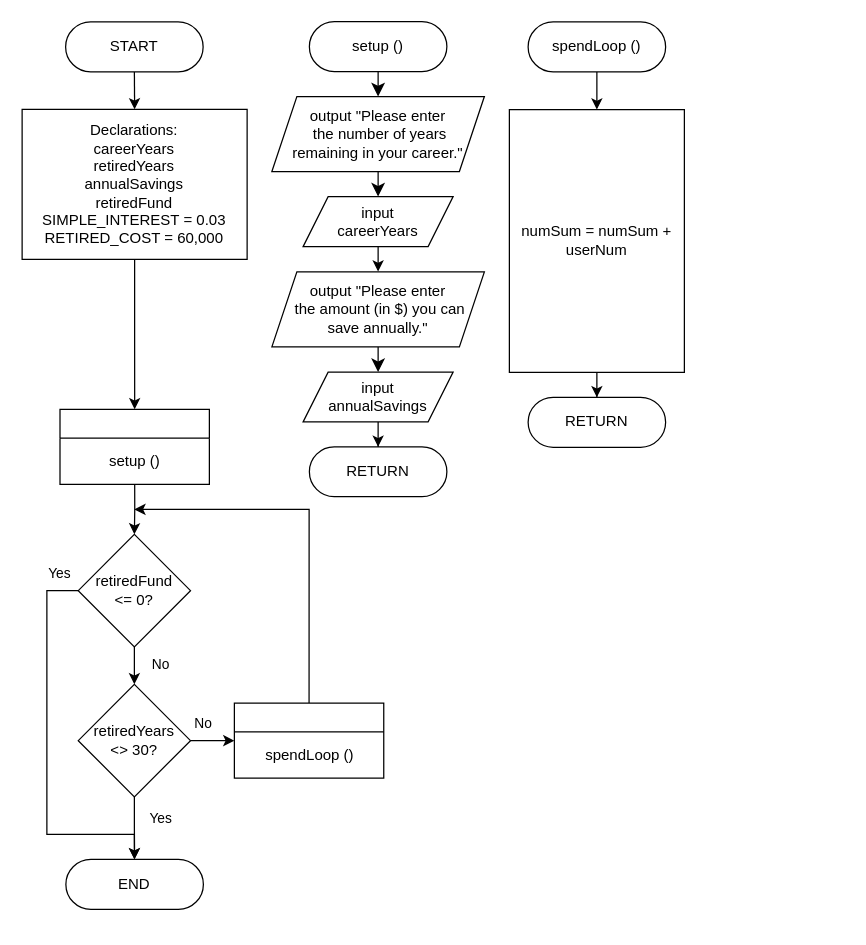
This is Module 7 - Effective Decision Loops 2 - Connor Bowles.drawio from CBowles10/SDEV_120_FALL2025_CBOWLES, a draw.io file, before an edit. Source tidied: cells renumbered, new cells numbered last; positions are measured from the earlier drawing's top-left corner, leaving out a move shared by most shapes. Both pictures are drawn from the tidied source at 125%, with x=0, y=0 at pixel (21, 21).
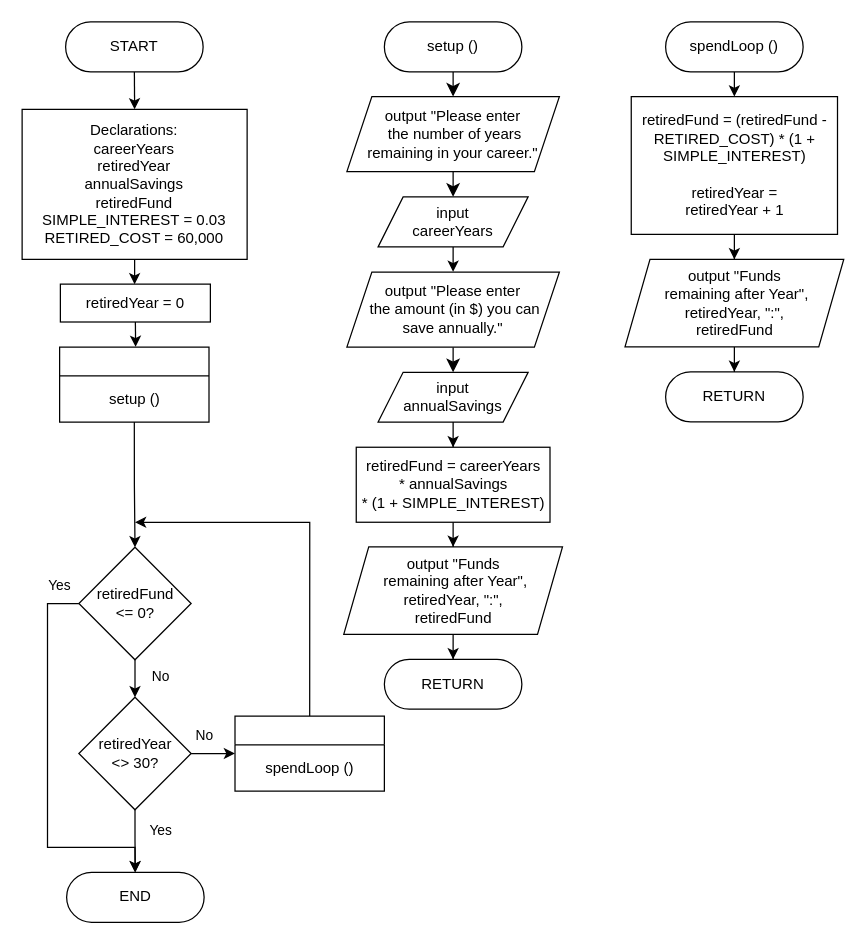
Above is the later version.

The edit, as a diff of the source:
```diff
@@
-    <mxCell id="4" style="edgeStyle=orthogonalEdgeStyle;rounded=0;jettySize=auto;html=1;entryX=0.5;entryY=0;entryDx=0;entryDy=0;" parent="1" edge="1" source="5" target="10">
-      <mxGeometry relative="1" as="geometry" />
-    </mxCell>
+    <mxCell id="40" style="edgeStyle=orthogonalEdgeStyle;rounded=0;jettySize=auto;html=1;" parent="1" edge="1" source="5" target="50">
+      <mxGeometry relative="1" as="geometry" />
+    </mxCell>
-    <mxCell id="5" value="Declarations:&lt;div&gt;careerYears&lt;br&gt;retiredYears&lt;br&gt;annualSavings&lt;br&gt;retiredFund&lt;br&gt;SIMPLE_INTEREST = 0.03&lt;br&gt;RETIRED_COST = 60,000&lt;/div&gt;" style="rounded=0;whiteSpace=wrap;html=1;" parent="1" vertex="1">
+    <mxCell id="5" value="Declarations:&lt;div&gt;careerYears&lt;br&gt;retiredYear&lt;br&gt;annualSavings&lt;br&gt;retiredFund&lt;br&gt;SIMPLE_INTEREST = 0.03&lt;br&gt;RETIRED_COST = 60,000&lt;/div&gt;" style="rounded=0;whiteSpace=wrap;html=1;" parent="1" vertex="1">
       <mxGeometry x="0.2" y="70" width="180" height="120" as="geometry" />
     </mxCell>
     <mxCell id="6" style="edgeStyle=orthogonalEdgeStyle;rounded=0;jettySize=auto;html=1;exitX=0.5;exitY=0;exitDx=0;exitDy=0;" parent="1" edge="1" source="7">
       <mxGeometry relative="1" as="geometry">
-        <mxPoint x="90" y="390" as="targetPoint" />
+        <mxPoint x="90.5" y="400.3" as="targetPoint" />
         <Array as="points">
-          <mxPoint x="230" y="390" />
+          <mxPoint x="230.5" y="400.3" />
         </Array>
       </mxGeometry>
     </mxCell>
     <mxCell id="7" style="swimlane;whiteSpace=wrap;html=1;" parent="1" vertex="1">
-      <mxGeometry x="170" y="545" width="119.5" height="60" as="geometry" />
+      <mxGeometry x="170.5" y="555.3" width="119.5" height="60" as="geometry" />
     </mxCell>
@@
     <mxCell id="10" style="swimlane;whiteSpace=wrap;html=1;" parent="1" vertex="1">
-      <mxGeometry x="30.5" y="310" width="119.5" height="60" as="geometry" />
+      <mxGeometry x="30.2" y="260.2" width="119.5" height="60" as="geometry" />
     </mxCell>
@@
     <mxCell id="12" value="END" style="rounded=1;whiteSpace=wrap;html=1;arcSize=50;" parent="1" vertex="1">
-      <mxGeometry x="35.2" y="670" width="110" height="40" as="geometry" />
+      <mxGeometry x="35.8" y="680.3" width="110" height="40" as="geometry" />
     </mxCell>
@@
     <mxCell id="15" style="edgeStyle=orthogonalEdgeStyle;rounded=0;jettySize=auto;html=1;exitX=0;exitY=0.5;exitDx=0;exitDy=0;" parent="1" edge="1" source="17">
       <mxGeometry relative="1" as="geometry">
-        <mxPoint x="90" y="670" as="targetPoint" />
+        <mxPoint x="90.5" y="680.3" as="targetPoint" />
         <Array as="points">
-          <mxPoint x="20" y="455" />
-          <mxPoint x="20" y="650" />
-          <mxPoint x="90" y="650" />
+          <mxPoint x="20.5" y="465.3" />
+          <mxPoint x="20.5" y="660.3" />
+          <mxPoint x="90.5" y="660.3" />
         </Array>
       </mxGeometry>
     </mxCell>
@@
     <mxCell id="17" value="retiredFund&lt;br&gt;&amp;lt;= 0?" style="rhombus;whiteSpace=wrap;html=1;" parent="1" vertex="1">
-      <mxGeometry x="45.1" y="410" width="89.8" height="90" as="geometry" />
+      <mxGeometry x="45.6" y="420.3" width="89.8" height="90" as="geometry" />
     </mxCell>
@@
     <mxCell id="19" value="setup ()" style="rounded=1;whiteSpace=wrap;html=1;arcSize=50;" parent="1" vertex="1">
-      <mxGeometry x="230" y="-0.2" width="110" height="40" as="geometry" />
+      <mxGeometry x="290" width="110" height="40" as="geometry" />
     </mxCell>
@@
     <mxCell id="21" value="output &quot;Please enter&lt;br&gt;&amp;nbsp;the number of years&lt;br&gt;remaining in your career.&quot;" style="shape=parallelogram;perimeter=parallelogramPerimeter;whiteSpace=wrap;html=1;fixedSize=1;" parent="1" vertex="1">
-      <mxGeometry x="200" y="59.7" width="170" height="60" as="geometry" />
+      <mxGeometry x="260" y="59.8" width="170" height="60" as="geometry" />
     </mxCell>
     <mxCell id="22" style="edgeStyle=orthogonalEdgeStyle;rounded=0;jettySize=auto;html=1;exitX=0.5;exitY=1;exitDx=0;exitDy=0;" parent="1" edge="1" source="23">
       <mxGeometry relative="1" as="geometry">
-        <mxPoint x="285" y="199.8" as="targetPoint" />
+        <mxPoint x="345" y="200" as="targetPoint" />
       </mxGeometry>
     </mxCell>
     <mxCell id="23" value="input&lt;br&gt;careerYears" style="shape=parallelogram;perimeter=parallelogramPerimeter;whiteSpace=wrap;html=1;fixedSize=1;" parent="1" vertex="1">
-      <mxGeometry x="225" y="139.8" width="120" height="40" as="geometry" />
+      <mxGeometry x="285" y="140" width="120" height="40" as="geometry" />
     </mxCell>
     <mxCell id="24" value="RETURN" style="rounded=1;whiteSpace=wrap;html=1;arcSize=50;" parent="1" vertex="1">
-      <mxGeometry x="230" y="340" width="110" height="39.8" as="geometry" />
+      <mxGeometry x="290" y="510" width="110" height="39.8" as="geometry" />
     </mxCell>
@@
     <mxCell id="26" value="spendLoop ()" style="rounded=1;whiteSpace=wrap;html=1;arcSize=50;" parent="1" vertex="1">
-      <mxGeometry x="405" width="110" height="40" as="geometry" />
+      <mxGeometry x="515" width="110" height="40" as="geometry" />
     </mxCell>
     <mxCell id="27" style="edgeStyle=none;curved=1;rounded=0;orthogonalLoop=1;jettySize=auto;html=1;entryX=0.5;entryY=0;entryDx=0;entryDy=0;fontSize=12;startSize=8;endSize=8;" parent="1" edge="1">
       <mxGeometry relative="1" as="geometry">
-        <mxPoint x="455" y="220" as="sourcePoint" />
-        <mxPoint x="455" y="220" as="targetPoint" />
+        <mxPoint x="565" y="220" as="sourcePoint" />
+        <mxPoint x="565" y="220" as="targetPoint" />
       </mxGeometry>
     </mxCell>
     <mxCell id="28" value="RETURN" style="rounded=1;whiteSpace=wrap;html=1;arcSize=50;" parent="1" vertex="1">
-      <mxGeometry x="405" y="300.3" width="110" height="40" as="geometry" />
+      <mxGeometry x="515" y="280" width="110" height="40" as="geometry" />
     </mxCell>
-    <mxCell id="29" style="edgeStyle=orthogonalEdgeStyle;rounded=0;jettySize=auto;html=1;" parent="1" edge="1" source="30" target="28">
-      <mxGeometry relative="1" as="geometry" />
-    </mxCell>
+    <mxCell id="41" style="edgeStyle=orthogonalEdgeStyle;rounded=0;jettySize=auto;html=1;" parent="1" edge="1" source="30" target="46">
+      <mxGeometry relative="1" as="geometry" />
+    </mxCell>
-    <mxCell id="30" value="numSum = numSum + userNum" style="rounded=0;whiteSpace=wrap;html=1;" parent="1" vertex="1">
-      <mxGeometry x="390" y="70.2" width="140" height="210.2" as="geometry" />
+    <mxCell id="30" value="retiredFund = (retiredFund - RETIRED_COST) * (1 + SIMPLE_INTEREST)&lt;br&gt;&lt;br&gt;retiredYear =&lt;br&gt;retiredYear + 1" style="rounded=0;whiteSpace=wrap;html=1;" parent="1" vertex="1">
+      <mxGeometry x="487.5" y="59.8" width="165" height="110.2" as="geometry" />
     </mxCell>
@@
     <mxCell id="32" value="output &quot;Please enter&lt;br&gt;&amp;nbsp;the amount (in $) you can&lt;br&gt;save annually.&quot;" style="shape=parallelogram;perimeter=parallelogramPerimeter;whiteSpace=wrap;html=1;fixedSize=1;" parent="1" vertex="1">
-      <mxGeometry x="200" y="200" width="170" height="60" as="geometry" />
+      <mxGeometry x="260" y="200.2" width="170" height="60" as="geometry" />
     </mxCell>
-    <mxCell id="33" style="edgeStyle=orthogonalEdgeStyle;rounded=0;jettySize=auto;html=1;" parent="1" edge="1" source="34" target="24">
-      <mxGeometry relative="1" as="geometry" />
-    </mxCell>
+    <mxCell id="42" style="edgeStyle=orthogonalEdgeStyle;rounded=0;jettySize=auto;html=1;" parent="1" edge="1" source="34" target="44">
+      <mxGeometry relative="1" as="geometry" />
+    </mxCell>
     <mxCell id="34" value="input&lt;br&gt;annualSavings" style="shape=parallelogram;perimeter=parallelogramPerimeter;whiteSpace=wrap;html=1;fixedSize=1;" parent="1" vertex="1">
-      <mxGeometry x="225" y="280.2" width="120" height="39.8" as="geometry" />
+      <mxGeometry x="285" y="280.3" width="120" height="39.8" as="geometry" />
     </mxCell>
@@
-    <mxCell id="39" value="retiredYears&lt;br&gt;&amp;lt;&amp;gt; 30?" style="rhombus;whiteSpace=wrap;html=1;" parent="1" vertex="1">
-      <mxGeometry x="45.1" y="530" width="89.8" height="90" as="geometry" />
+    <mxCell id="39" value="retiredYear&lt;br&gt;&amp;lt;&amp;gt; 30?" style="rhombus;whiteSpace=wrap;html=1;" parent="1" vertex="1">
+      <mxGeometry x="45.6" y="540.3" width="89.8" height="90" as="geometry" />
     </mxCell>
+    <mxCell id="43" style="edgeStyle=orthogonalEdgeStyle;rounded=0;jettySize=auto;html=1;" parent="1" edge="1" source="44" target="48">
+      <mxGeometry relative="1" as="geometry" />
+    </mxCell>
+    <mxCell id="44" value="retiredFund = careerYears&lt;br&gt;* annualSavings&lt;br&gt;* (1 + SIMPLE_INTEREST)" style="rounded=0;whiteSpace=wrap;html=1;" parent="1" vertex="1">
+      <mxGeometry x="267.5" y="340.3" width="155" height="60" as="geometry" />
+    </mxCell>
+    <mxCell id="45" style="edgeStyle=orthogonalEdgeStyle;rounded=0;jettySize=auto;html=1;" parent="1" edge="1" source="46" target="28">
+      <mxGeometry relative="1" as="geometry" />
+    </mxCell>
+    <mxCell id="46" value="output &quot;Funds&lt;br&gt;&amp;nbsp;remaining after Year&quot;,&lt;br&gt;retiredYear, &quot;:&quot;,&lt;br&gt;retiredFund" style="shape=parallelogram;perimeter=parallelogramPerimeter;whiteSpace=wrap;html=1;fixedSize=1;" parent="1" vertex="1">
+      <mxGeometry x="482.5" y="190" width="175" height="70" as="geometry" />
+    </mxCell>
+    <mxCell id="47" style="edgeStyle=orthogonalEdgeStyle;rounded=0;jettySize=auto;html=1;" parent="1" edge="1" source="48" target="24">
+      <mxGeometry relative="1" as="geometry" />
+    </mxCell>
+    <mxCell id="48" value="output &quot;Funds&lt;br&gt;&amp;nbsp;remaining after Year&quot;,&lt;br&gt;retiredYear, &quot;:&quot;,&lt;br&gt;retiredFund" style="shape=parallelogram;perimeter=parallelogramPerimeter;whiteSpace=wrap;html=1;fixedSize=1;" parent="1" vertex="1">
+      <mxGeometry x="257.5" y="420" width="175" height="70" as="geometry" />
+    </mxCell>
+    <mxCell id="49" style="edgeStyle=orthogonalEdgeStyle;rounded=0;jettySize=auto;html=1;exitX=0.5;exitY=1;exitDx=0;exitDy=0;" parent="1" edge="1" source="50">
+      <mxGeometry relative="1" as="geometry">
+        <mxPoint x="91" y="260" as="targetPoint" />
+      </mxGeometry>
+    </mxCell>
+    <mxCell id="50" value="retiredYear = 0" style="rounded=0;whiteSpace=wrap;html=1;" parent="1" vertex="1">
+      <mxGeometry x="30.8" y="209.8" width="120" height="30.3" as="geometry" />
+    </mxCell>
```
